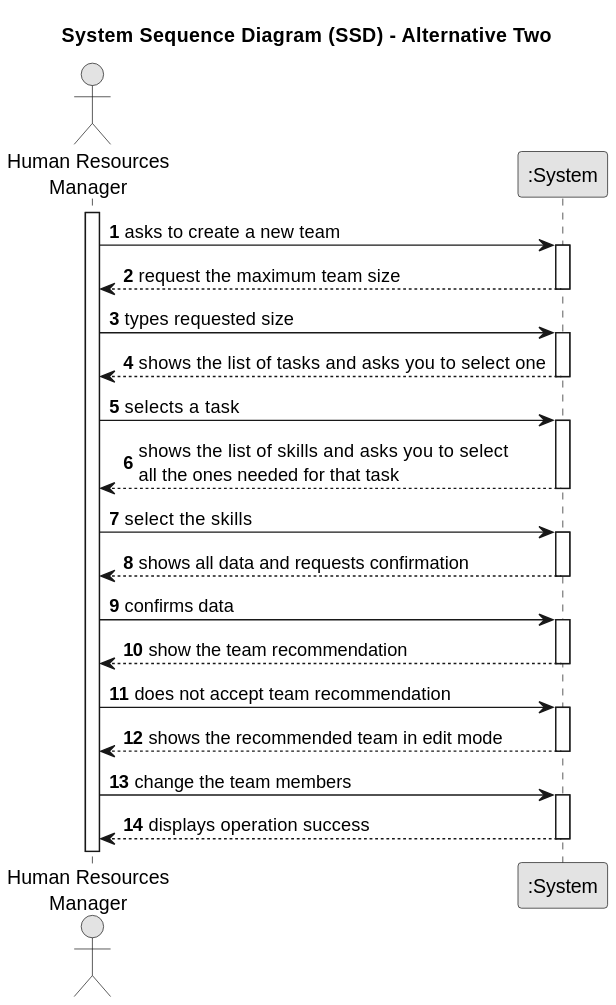
Before: docs/sprintA/us005/01.requirements-engineering/svg/us005-system-sequence-diagram-alternative-two.svg, a diagram exported from PlantUML (diogoveirospro/lei-24-s2-1dg-g072).
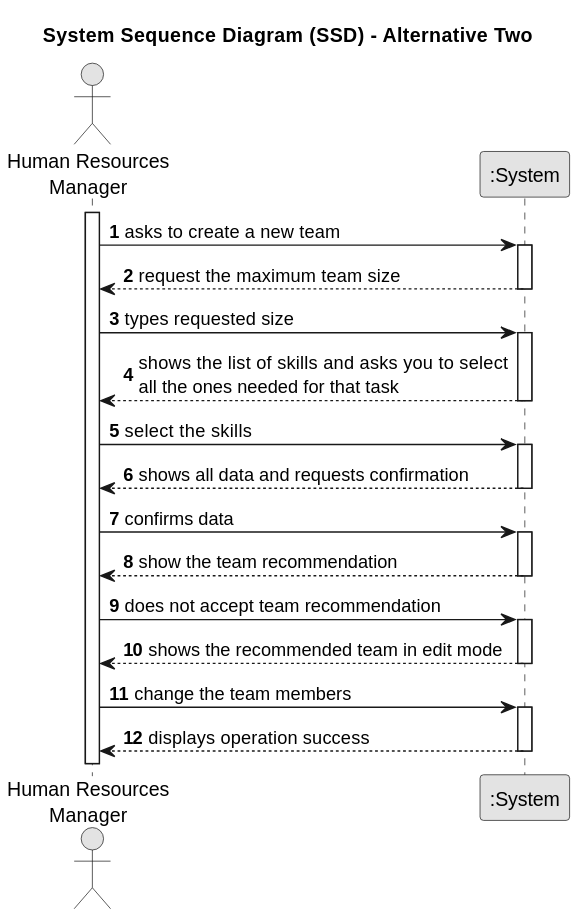
After the commit.

Diff of the diagram source:
```diff
@@ -19,12 +19,6 @@
     deactivate System
 
     GRH -> System : types requested size
-    activate System
-
-        System --> GRH : shows the list of tasks and asks you to select one
-    deactivate System
-
-    GRH -> System : selects a task
     activate System
 
         System --> GRH : shows the list of skills and asks you to select\nall the ones needed for that task
```
